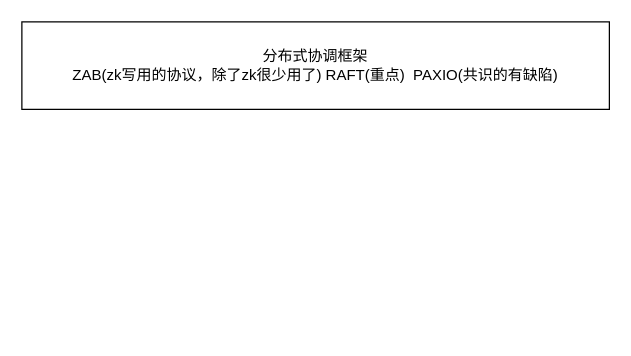
Before: JAVA/Zookeeper.drawio in KGwolf/MyDraw, a draw.io diagram. Source tidied: cells renumbered, new cells numbered last; positions are measured from the earlier drawing's top-left corner, leaving out a move shared by most shapes. Both pictures are drawn from the tidied source at 125%, with x=0, y=0 at pixel (21, 21).
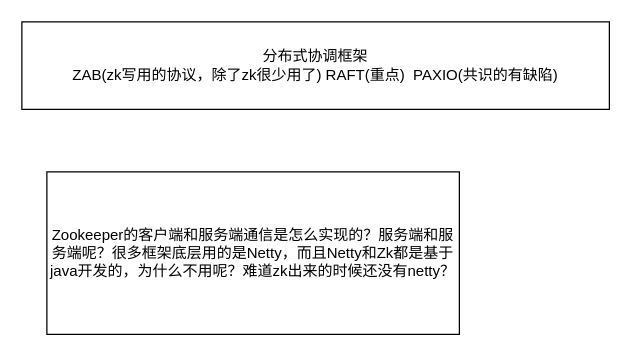
The same diagram, later.

What changed in the source:
```diff
@@
 <mxGraphModel>
   <root>
     <mxCell id="0" />
     <mxCell id="1" parent="0" />
     <mxCell id="2" value="分布式协调框架&lt;br&gt;ZAB(zk写用的协议，除了zk很少用了) RAFT(重点)&amp;nbsp; PAXIO(共识的有缺陷)" style="rounded=0;whiteSpace=wrap;html=1;" parent="1" vertex="1">
       <mxGeometry width="470" height="70" as="geometry" />
     </mxCell>
+    <mxCell id="3" value="Zookeeper的客户端和服务端通信是怎么实现的？服务端和服务端呢？很多框架底层用的是Netty，而且Netty和Zk都是基于java开发的，为什么不用呢？难道zk出来的时候还没有netty？" style="rounded=0;whiteSpace=wrap;html=1;" parent="1" vertex="1">
+      <mxGeometry x="20" y="120" width="330" height="130" as="geometry" />
+    </mxCell>
   </root>
 </mxGraphModel>
```
